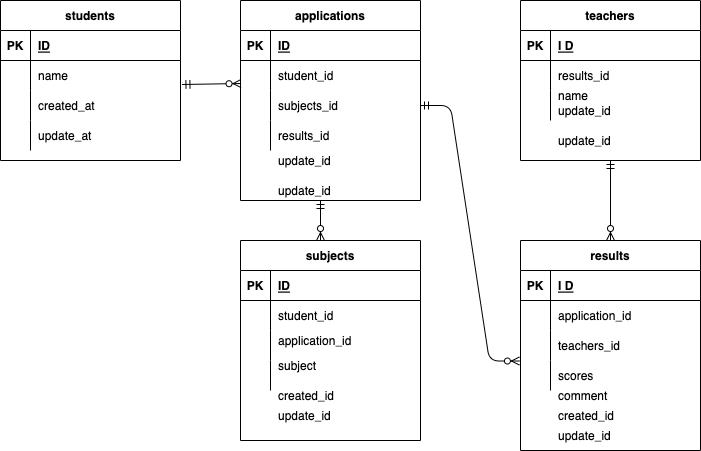
FukumuraTakayuki/20221019ERtest keeps this draw.io diagram as index.drawio.png. Above is the earlier version. Source tidied: cells renumbered, new cells last; positions are measured from the earlier drawing's top-left corner, leaving out a move shared by most shapes.
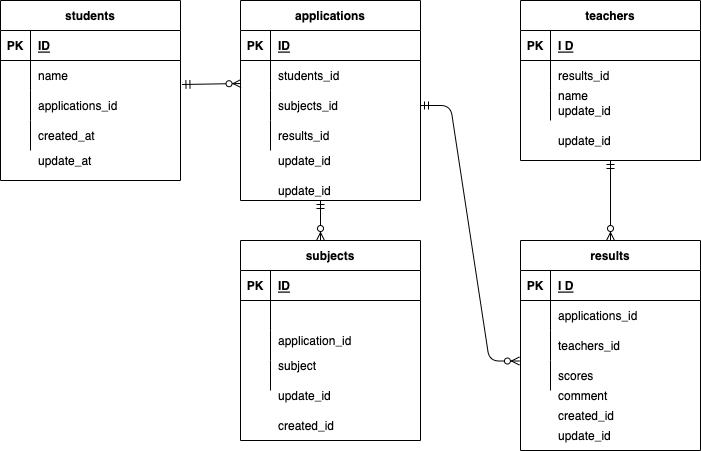
After the change.

Diff of the diagram source:
```diff
@@ -3,7 +3,7 @@
     <mxCell id="0" />
     <mxCell id="1" parent="0" />
     <mxCell id="2" value="students" style="shape=table;startSize=30;rowLines=0;fontStyle=1;align=center;" parent="1" vertex="1">
-      <mxGeometry width="180" height="160" as="geometry" />
+      <mxGeometry width="180" height="180" as="geometry" />
     </mxCell>
     <mxCell id="3" style="shape=partialRectangle;fillColor=none;top=0;left=0;bottom=1;right=0;" parent="2" vertex="1">
       <mxGeometry y="30" width="180" height="30" as="geometry" />
@@ -29,7 +29,7 @@
     <mxCell id="10" style="shape=partialRectangle;fillColor=none;top=0;left=0;bottom=0;right=0;overflow=hidden;" parent="9" vertex="1">
       <mxGeometry width="30" height="30" as="geometry" />
     </mxCell>
-    <mxCell id="11" value="created_at" style="shape=partialRectangle;fillColor=none;top=0;left=0;bottom=0;right=0;align=left;spacingLeft=6;overflow=hidden;" parent="9" vertex="1">
+    <mxCell id="11" value="applications_id" style="shape=partialRectangle;fillColor=none;top=0;left=0;bottom=0;right=0;align=left;spacingLeft=6;overflow=hidden;" parent="9" vertex="1">
       <mxGeometry x="30" width="150" height="30" as="geometry" />
     </mxCell>
     <mxCell id="12" style="shape=partialRectangle;fillColor=none;top=0;left=0;bottom=0;right=0;" parent="2" vertex="1">
@@ -38,7 +38,7 @@
     <mxCell id="13" style="shape=partialRectangle;fillColor=none;top=0;left=0;bottom=0;right=0;overflow=hidden;" parent="12" vertex="1">
       <mxGeometry width="30" height="30" as="geometry" />
     </mxCell>
-    <mxCell id="14" value="update_at" style="shape=partialRectangle;fillColor=none;top=0;left=0;bottom=0;right=0;align=left;spacingLeft=6;overflow=hidden;" parent="12" vertex="1">
+    <mxCell id="14" value="created_at" style="shape=partialRectangle;fillColor=none;top=0;left=0;bottom=0;right=0;align=left;spacingLeft=6;overflow=hidden;" parent="12" vertex="1">
       <mxGeometry x="30" width="150" height="30" as="geometry" />
     </mxCell>
     <mxCell id="15" value="applications" style="shape=table;startSize=30;rowLines=0;fontStyle=1;align=center;" parent="1" vertex="1">
@@ -59,7 +59,7 @@
     <mxCell id="20" style="shape=partialRectangle;fillColor=none;top=0;left=0;bottom=0;right=0;overflow=hidden;" parent="19" vertex="1">
       <mxGeometry width="30" height="30" as="geometry" />
     </mxCell>
-    <mxCell id="21" value="student_id" style="shape=partialRectangle;fillColor=none;top=0;left=0;bottom=0;right=0;align=left;spacingLeft=6;overflow=hidden;" parent="19" vertex="1">
+    <mxCell id="21" value="students_id" style="shape=partialRectangle;fillColor=none;top=0;left=0;bottom=0;right=0;align=left;spacingLeft=6;overflow=hidden;" parent="19" vertex="1">
       <mxGeometry x="30" width="150" height="30" as="geometry" />
     </mxCell>
     <mxCell id="22" style="shape=partialRectangle;fillColor=none;top=0;left=0;bottom=0;right=0;points=[[0,0.5],[1,0.5]];portConstraint=eastwest;" parent="15" vertex="1">
@@ -98,7 +98,7 @@
     <mxCell id="33" style="shape=partialRectangle;fillColor=none;top=0;left=0;bottom=0;right=0;overflow=hidden;" parent="32" vertex="1">
       <mxGeometry width="30" height="30" as="geometry" />
     </mxCell>
-    <mxCell id="34" value="student_id" style="shape=partialRectangle;fillColor=none;top=0;left=0;bottom=0;right=0;align=left;spacingLeft=6;overflow=hidden;" parent="32" vertex="1">
+    <mxCell id="34" style="shape=partialRectangle;fillColor=none;top=0;left=0;bottom=0;right=0;align=left;spacingLeft=6;overflow=hidden;" parent="32" vertex="1">
       <mxGeometry x="30" width="150" height="30" as="geometry" />
     </mxCell>
     <mxCell id="35" style="shape=partialRectangle;fillColor=none;top=0;left=0;bottom=0;right=0;" parent="28" vertex="1">
@@ -189,10 +189,10 @@
       <mxGeometry x="30" width="150" height="30" as="geometry" />
     </mxCell>
     <mxCell id="64" value="created_id" style="shape=partialRectangle;fillColor=none;top=0;left=0;bottom=0;right=0;align=left;spacingLeft=6;overflow=hidden;" parent="1" vertex="1">
-      <mxGeometry x="270" y="380" width="150" height="30" as="geometry" />
+      <mxGeometry x="270" y="410" width="150" height="30" as="geometry" />
     </mxCell>
     <mxCell id="65" value="update_id" style="shape=partialRectangle;fillColor=none;top=0;left=0;bottom=0;right=0;align=left;spacingLeft=6;overflow=hidden;" parent="1" vertex="1">
-      <mxGeometry x="270" y="400" width="150" height="30" as="geometry" />
+      <mxGeometry x="270" y="380" width="150" height="30" as="geometry" />
     </mxCell>
     <mxCell id="66" value="created_id" style="shape=partialRectangle;fillColor=none;top=0;left=0;bottom=0;right=0;align=left;spacingLeft=6;overflow=hidden;" parent="1" vertex="1">
       <mxGeometry x="550" y="400" width="150" height="30" as="geometry" />
@@ -230,7 +230,7 @@
     <mxCell id="76" value="comment" style="shape=partialRectangle;fillColor=none;top=0;left=0;bottom=0;right=0;align=left;spacingLeft=6;overflow=hidden;" parent="1" vertex="1">
       <mxGeometry x="550" y="380" width="150" height="30" as="geometry" />
     </mxCell>
-    <mxCell id="77" value="application_id" style="shape=partialRectangle;fillColor=none;top=0;left=0;bottom=0;right=0;align=left;spacingLeft=6;overflow=hidden;" parent="1" vertex="1">
+    <mxCell id="77" value="applications_id" style="shape=partialRectangle;fillColor=none;top=0;left=0;bottom=0;right=0;align=left;spacingLeft=6;overflow=hidden;" parent="1" vertex="1">
       <mxGeometry x="550" y="300" width="150" height="30" as="geometry" />
     </mxCell>
     <mxCell id="78" style="shape=partialRectangle;fillColor=none;top=0;left=0;bottom=0;right=0;" parent="1" vertex="1">
@@ -248,5 +248,8 @@
     <mxCell id="82" value="update_id" style="shape=partialRectangle;fillColor=none;top=0;left=0;bottom=0;right=0;align=left;spacingLeft=6;overflow=hidden;" parent="1" vertex="1">
       <mxGeometry x="550" y="130" width="150" height="20" as="geometry" />
     </mxCell>
+    <mxCell id="83" value="update_at" style="shape=partialRectangle;fillColor=none;top=0;left=0;bottom=0;right=0;align=left;spacingLeft=6;overflow=hidden;" parent="1" vertex="1">
+      <mxGeometry x="30" y="145" width="150" height="30" as="geometry" />
+    </mxCell>
   </root>
 </mxGraphModel>
```
